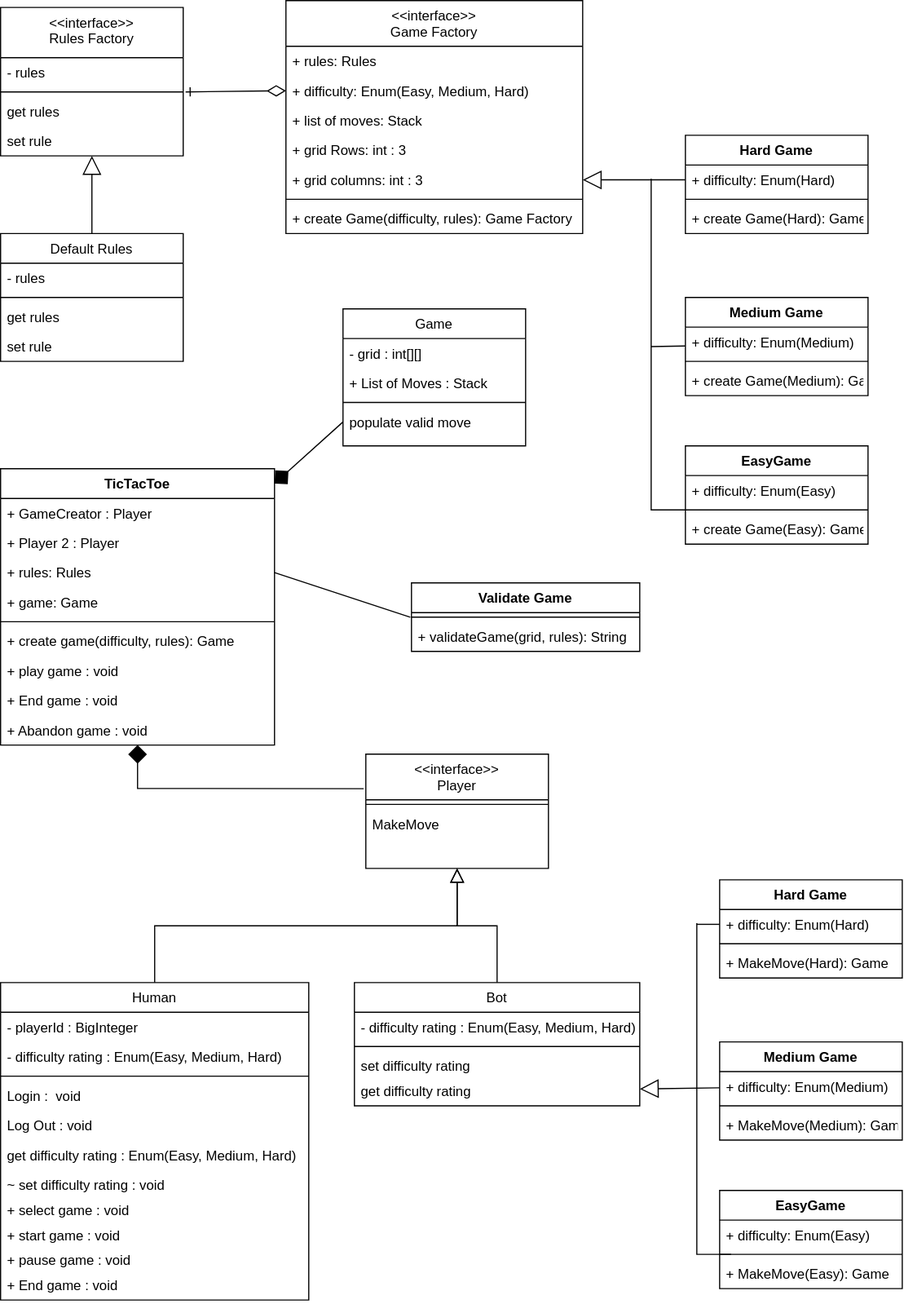
Before: tic-tac-toe-solution/TicTacToe_ClassDiagram.drawio.svg, a diagram exported from draw.io (batman-that-laughs/scaler-assignment-solutions). Source tidied: cells renumbered, new cells last; positions are measured from the earlier drawing's top-left corner, leaving out a move shared by most shapes.
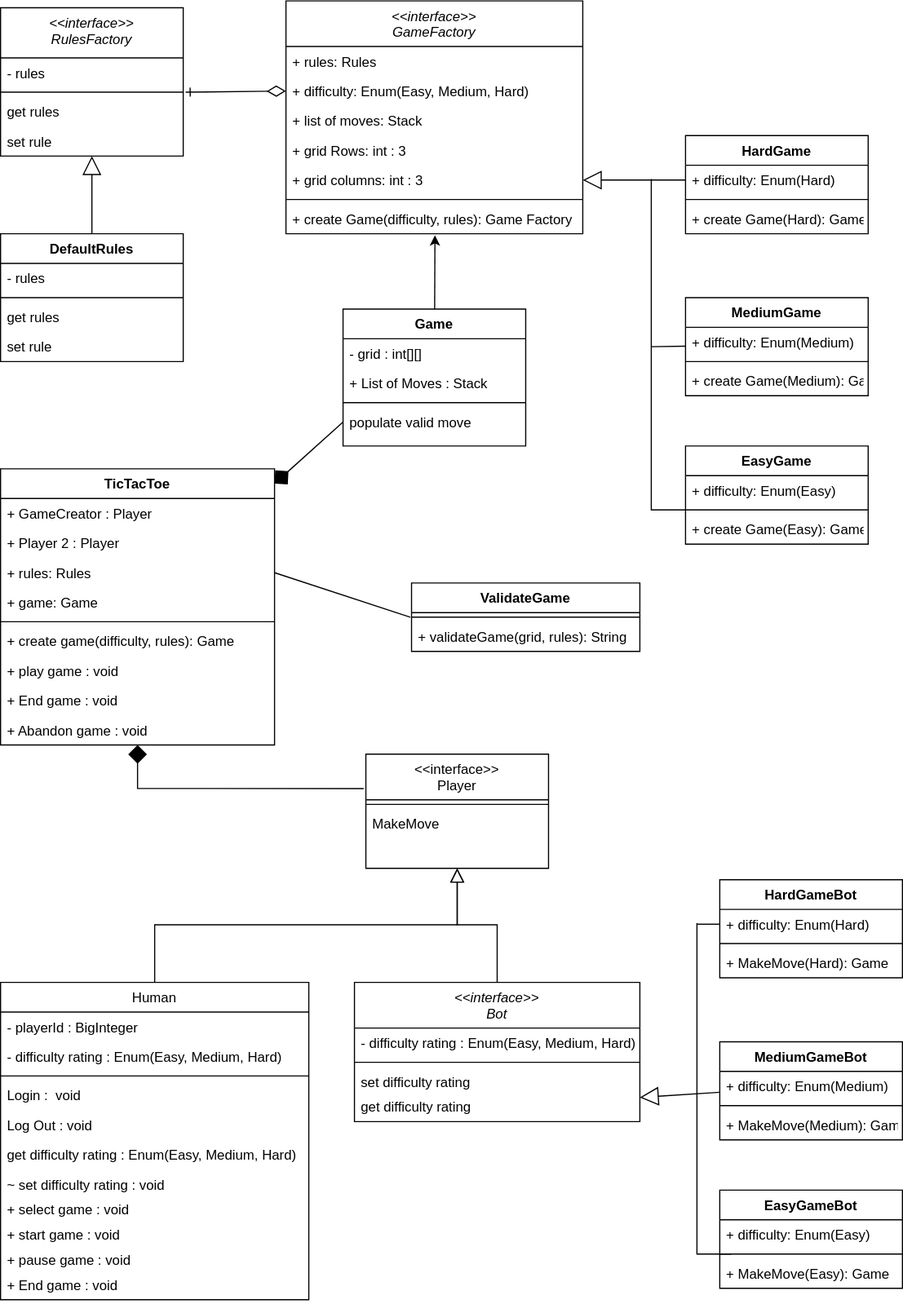
The same diagram one commit later.

The edit, as a diff of the source:
```diff
@@ -50,25 +50,28 @@
     <mxCell id="17" style="endArrow=block;endSize=10;endFill=0;shadow=0;strokeWidth=1;rounded=0;edgeStyle=elbowEdgeStyle;elbow=vertical;" parent="1" edge="1" source="5" target="2">
       <mxGeometry relative="1" as="geometry" />
     </mxCell>
-    <mxCell id="18" value="Bot" style="swimlane;fontStyle=0;align=center;verticalAlign=top;horizontal=1;startSize=26;rounded=0;shadow=0;strokeWidth=1;" parent="1" vertex="1">
-      <mxGeometry x="310" y="860" width="250" height="108" as="geometry" />
+    <mxCell id="18" value="&lt;&lt;interface&gt;&gt;&#10;Bot" style="swimlane;fontStyle=2;align=center;verticalAlign=top;horizontal=1;startSize=40;rounded=0;shadow=0;strokeWidth=1;" parent="1" vertex="1">
+      <mxGeometry x="310" y="860" width="250" height="122" as="geometry" />
     </mxCell>
     <mxCell id="19" value="- difficulty rating : Enum(Easy, Medium, Hard)" style="text;align=left;verticalAlign=top;spacingLeft=4;spacingRight=4;overflow=hidden;" parent="18" vertex="1">
-      <mxGeometry y="26" width="250" height="26" as="geometry" />
+      <mxGeometry y="40" width="250" height="26" as="geometry" />
     </mxCell>
     <mxCell id="20" style="line;html=1;strokeWidth=1;align=left;verticalAlign=middle;spacingTop=-1;spacingLeft=3;spacingRight=3;labelPosition=right;" parent="18" vertex="1">
-      <mxGeometry y="52" width="250" height="8" as="geometry" />
+      <mxGeometry y="66" width="250" height="8" as="geometry" />
     </mxCell>
     <mxCell id="21" value="set difficulty rating" style="text;align=left;verticalAlign=top;spacingLeft=4;spacingRight=4;overflow=hidden;" parent="18" vertex="1">
-      <mxGeometry y="60" width="250" height="22" as="geometry" />
+      <mxGeometry y="74" width="250" height="22" as="geometry" />
     </mxCell>
     <mxCell id="22" value="get difficulty rating" style="text;align=left;verticalAlign=top;spacingLeft=4;spacingRight=4;overflow=hidden;points=[[0,0.5],[1,0.5]];portConstraint=eastwest;" parent="18" vertex="1">
-      <mxGeometry y="82" width="250" height="26" as="geometry" />
+      <mxGeometry y="96" width="250" height="26" as="geometry" />
     </mxCell>
     <mxCell id="23" style="endArrow=block;endSize=10;endFill=0;shadow=0;strokeWidth=1;rounded=0;edgeStyle=elbowEdgeStyle;elbow=vertical;" parent="1" edge="1" source="18" target="2">
       <mxGeometry relative="1" as="geometry" />
     </mxCell>
+    <mxCell id="96" style="rounded=0;jettySize=auto;html=1;entryX=0.502;entryY=1.056;entryDx=0;entryDy=0;entryPerimeter=0;" parent="1" edge="1" source="24" target="42">
+      <mxGeometry relative="1" as="geometry" />
+    </mxCell>
-    <mxCell id="24" value="Game" style="swimlane;fontStyle=0;align=center;verticalAlign=top;horizontal=1;startSize=26;rounded=0;shadow=0;strokeWidth=1;" parent="1" vertex="1">
+    <mxCell id="24" value="Game" style="swimlane;fontStyle=1;align=center;verticalAlign=top;horizontal=1;startSize=26;rounded=0;shadow=0;strokeWidth=1;" parent="1" vertex="1">
       <mxGeometry x="300" y="270" width="160" height="120" as="geometry" />
     </mxCell>
     <mxCell id="25" value="- grid : int[][]" style="text;align=left;verticalAlign=top;spacingLeft=4;spacingRight=4;overflow=hidden;rounded=0;shadow=0;html=0;" parent="24" vertex="1">
@@ -83,7 +86,7 @@
     <mxCell id="28" value="populate valid move&#10;" style="text;align=left;verticalAlign=top;spacingLeft=4;spacingRight=4;overflow=hidden;points=[[0,0.5],[1,0.5]];portConstraint=eastwest;" parent="24" vertex="1">
       <mxGeometry y="86" width="160" height="26" as="geometry" />
     </mxCell>
-    <mxCell id="29" value="&lt;&lt;interface&gt;&gt;&#10;Rules Factory" style="swimlane;fontStyle=0;align=center;verticalAlign=top;horizontal=1;startSize=44;" parent="1" vertex="1">
+    <mxCell id="29" value="&lt;&lt;interface&gt;&gt;&#10;RulesFactory" style="swimlane;fontStyle=2;align=center;verticalAlign=top;horizontal=1;startSize=44;" parent="1" vertex="1">
       <mxGeometry y="6" width="160" height="130" as="geometry" />
     </mxCell>
     <mxCell id="30" value="- rules" style="text;strokeColor=none;fillColor=none;align=left;verticalAlign=top;spacingLeft=4;spacingRight=4;overflow=hidden;" parent="29" vertex="1">
@@ -101,7 +104,7 @@
     <mxCell id="34" style="fontSize=12;html=1;endArrow=diamondThin;rounded=0;endFill=0;strokeWidth=1;endSize=14;startArrow=ERone;startFill=0;entryX=0;entryY=0.5;entryDx=0;entryDy=0;exitX=1.013;exitY=-0.154;exitDx=0;exitDy=0;exitPerimeter=0;" parent="1" edge="1" source="32" target="37">
       <mxGeometry relative="1" as="geometry" />
     </mxCell>
-    <mxCell id="35" value="&lt;&lt;interface&gt;&gt;&#10;Game Factory" style="swimlane;fontStyle=0;align=center;verticalAlign=top;horizontal=1;startSize=40;" parent="1" vertex="1">
+    <mxCell id="35" value="&lt;&lt;interface&gt;&gt;&#10;GameFactory" style="swimlane;fontStyle=2;align=center;verticalAlign=top;horizontal=1;startSize=40;" parent="1" vertex="1">
       <mxGeometry x="250" width="260" height="204" as="geometry" />
     </mxCell>
     <mxCell id="36" value="+ rules: Rules&#10;" style="text;strokeColor=none;fillColor=none;align=left;verticalAlign=top;spacingLeft=4;spacingRight=4;overflow=hidden;" parent="35" vertex="1">
@@ -128,7 +131,7 @@
     <mxCell id="43" style="edgeStyle=orthogonalEdgeStyle;rounded=0;orthogonalLoop=1;jettySize=auto;html=1;exitX=1;exitY=0.5;exitDx=0;exitDy=0;startArrow=none;startFill=0;endArrow=none;endFill=0;endSize=14;strokeWidth=1;" parent="35" edge="1" source="37" target="37">
       <mxGeometry relative="1" as="geometry" />
     </mxCell>
-    <mxCell id="44" value="Medium Game" style="swimlane;fontStyle=1;align=center;verticalAlign=top;horizontal=1;startSize=26;" parent="1" vertex="1">
+    <mxCell id="44" value="MediumGame" style="swimlane;fontStyle=1;align=center;verticalAlign=top;horizontal=1;startSize=26;" parent="1" vertex="1">
       <mxGeometry x="600" y="260" width="160" height="86" as="geometry" />
     </mxCell>
     <mxCell id="45" value="+ difficulty: Enum(Medium)" style="text;strokeColor=none;fillColor=none;align=left;verticalAlign=top;spacingLeft=4;spacingRight=4;overflow=hidden;" parent="44" vertex="1">
@@ -140,7 +143,7 @@
     <mxCell id="47" value="+ create Game(Medium): Game" style="text;strokeColor=none;fillColor=none;align=left;verticalAlign=top;spacingLeft=4;spacingRight=4;overflow=hidden;" parent="44" vertex="1">
       <mxGeometry y="60" width="160" height="26" as="geometry" />
     </mxCell>
-    <mxCell id="48" value="Hard Game" style="swimlane;fontStyle=1;align=center;verticalAlign=top;horizontal=1;startSize=26;" parent="1" vertex="1">
+    <mxCell id="48" value="HardGame" style="swimlane;fontStyle=1;align=center;verticalAlign=top;horizontal=1;startSize=26;" parent="1" vertex="1">
       <mxGeometry x="600" y="118" width="160" height="86" as="geometry" />
     </mxCell>
     <mxCell id="49" value="+ difficulty: Enum(Hard)" style="text;strokeColor=none;fillColor=none;align=left;verticalAlign=top;spacingLeft=4;spacingRight=4;overflow=hidden;points=[[0,0.5],[1,0.5]];portConstraint=eastwest;" parent="48" vertex="1">
@@ -219,7 +222,7 @@
         </Array>
       </mxGeometry>
     </mxCell>
-    <mxCell id="70" value="Medium Game" style="swimlane;fontStyle=1;align=center;verticalAlign=top;horizontal=1;startSize=26;" parent="1" vertex="1">
+    <mxCell id="70" value="MediumGameBot" style="swimlane;fontStyle=1;align=center;verticalAlign=top;horizontal=1;startSize=26;" parent="1" vertex="1">
       <mxGeometry x="630" y="912" width="160" height="86" as="geometry" />
     </mxCell>
     <mxCell id="71" value="+ difficulty: Enum(Medium)" style="text;strokeColor=none;fillColor=none;align=left;verticalAlign=top;spacingLeft=4;spacingRight=4;overflow=hidden;points=[[0,0.5],[1,0.5]];portConstraint=eastwest;" parent="70" vertex="1">
@@ -231,7 +234,7 @@
     <mxCell id="73" value="+ MakeMove(Medium): Game" style="text;strokeColor=none;fillColor=none;align=left;verticalAlign=top;spacingLeft=4;spacingRight=4;overflow=hidden;" parent="70" vertex="1">
       <mxGeometry y="60" width="160" height="26" as="geometry" />
     </mxCell>
-    <mxCell id="74" value="Hard Game" style="swimlane;fontStyle=1;align=center;verticalAlign=top;horizontal=1;startSize=26;" parent="1" vertex="1">
+    <mxCell id="74" value="HardGameBot" style="swimlane;fontStyle=1;align=center;verticalAlign=top;horizontal=1;startSize=26;" parent="1" vertex="1">
       <mxGeometry x="630" y="770" width="160" height="86" as="geometry" />
     </mxCell>
     <mxCell id="75" value="+ difficulty: Enum(Hard)" style="text;strokeColor=none;fillColor=none;align=left;verticalAlign=top;spacingLeft=4;spacingRight=4;overflow=hidden;points=[[0,0.5],[1,0.5]];portConstraint=eastwest;" parent="74" vertex="1">
@@ -243,7 +246,7 @@
     <mxCell id="77" value="+ MakeMove(Hard): Game" style="text;strokeColor=none;fillColor=none;align=left;verticalAlign=top;spacingLeft=4;spacingRight=4;overflow=hidden;" parent="74" vertex="1">
       <mxGeometry y="60" width="160" height="26" as="geometry" />
     </mxCell>
-    <mxCell id="78" value="EasyGame" style="swimlane;fontStyle=1;align=center;verticalAlign=top;horizontal=1;startSize=26;perimeterSpacing=44;" parent="1" vertex="1">
+    <mxCell id="78" value="EasyGameBot" style="swimlane;fontStyle=1;align=center;verticalAlign=top;horizontal=1;startSize=26;perimeterSpacing=44;" parent="1" vertex="1">
       <mxGeometry x="630" y="1042" width="160" height="86" as="geometry" />
     </mxCell>
     <mxCell id="79" value="+ difficulty: Enum(Easy)" style="text;strokeColor=none;fillColor=none;align=left;verticalAlign=top;spacingLeft=4;spacingRight=4;overflow=hidden;" parent="78" vertex="1">
@@ -278,7 +281,7 @@
     <mxCell id="86" style="edgeStyle=none;rounded=0;jettySize=auto;html=1;startArrow=none;startFill=0;endArrow=block;endFill=0;endSize=14;strokeWidth=1;" parent="1" edge="1" source="87" target="33">
       <mxGeometry relative="1" as="geometry" />
     </mxCell>
-    <mxCell id="87" value="Default Rules" style="swimlane;fontStyle=0;align=center;verticalAlign=top;horizontal=1;startSize=26;" parent="1" vertex="1">
+    <mxCell id="87" value="DefaultRules" style="swimlane;fontStyle=1;align=center;verticalAlign=top;horizontal=1;startSize=26;" parent="1" vertex="1">
       <mxGeometry y="204" width="160" height="112" as="geometry" />
     </mxCell>
     <mxCell id="88" value="- rules" style="text;strokeColor=none;fillColor=none;align=left;verticalAlign=top;spacingLeft=4;spacingRight=4;overflow=hidden;" parent="87" vertex="1">
@@ -293,7 +296,7 @@
     <mxCell id="91" value="set rule&#10;" style="text;strokeColor=none;fillColor=none;align=left;verticalAlign=top;spacingLeft=4;spacingRight=4;overflow=hidden;" parent="87" vertex="1">
       <mxGeometry y="86" width="160" height="26" as="geometry" />
     </mxCell>
-    <mxCell id="92" value="Validate Game" style="swimlane;fontStyle=1;align=center;verticalAlign=top;horizontal=1;startSize=26;" parent="1" vertex="1">
+    <mxCell id="92" value="ValidateGame" style="swimlane;fontStyle=1;align=center;verticalAlign=top;horizontal=1;startSize=26;" parent="1" vertex="1">
       <mxGeometry x="360" y="510" width="200" height="60" as="geometry" />
     </mxCell>
     <mxCell id="93" style="line;strokeWidth=1;fillColor=none;align=left;verticalAlign=middle;spacingTop=-1;spacingLeft=3;spacingRight=3;labelPosition=right;" parent="92" vertex="1">
```
